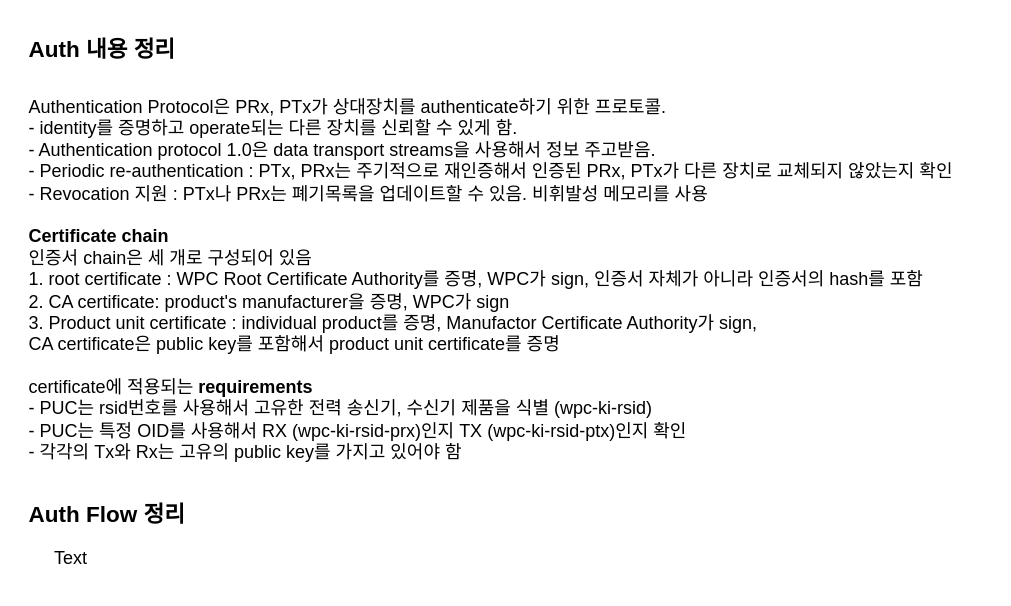
Above: diagram/Auth.drawio in Jwoo0725/Ki (draw.io), before the change. Source tidied: cells renumbered, new cells numbered last; positions are measured from the earlier drawing's top-left corner, leaving out a move shared by most shapes. Both pictures are drawn from the tidied source at 150%, with x=0, y=0 at pixel (26, 26).
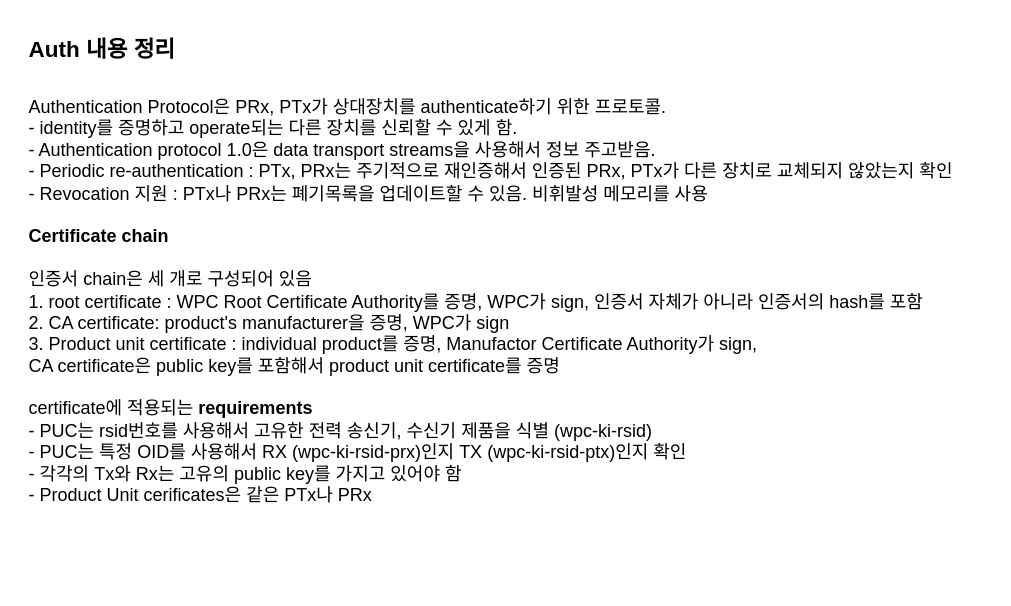
After the change.

Change to the diagram source:
```diff
@@
 <mxGraphModel>
   <root>
     <mxCell id="0" />
     <mxCell id="1" parent="0" />
     <mxCell id="2" value="Auth 내용 정리" style="text;html=1;whiteSpace=wrap;strokeColor=none;fillColor=none;align=left;verticalAlign=middle;rounded=0;fontStyle=1;fontSize=15;" parent="1" vertex="1">
       <mxGeometry width="120" height="30" as="geometry" />
     </mxCell>
-    <mxCell id="3" value="&lt;div&gt;Authentication Protocol은 PRx, PTx가 상대장치를 authenticate하기 위한 프로토콜.&lt;/div&gt;&lt;div&gt;- identity를 증명하고 operate되는 다른 장치를 신뢰할 수 있게 함.&amp;nbsp;&lt;/div&gt;&lt;div&gt;- Authentication protocol 1.0은 data transport streams을 사용해서 정보 주고받음.&amp;nbsp;&lt;/div&gt;&lt;div&gt;- Periodic re-authentication : PTx, PRx는 주기적으로 재인증해서 인증된 PRx, PTx가 다른 장치로 교체되지 않았는지 확인&lt;/div&gt;&lt;div&gt;- Revocation 지원 : PTx나 PRx는 폐기목록을 업데이트할 수 있음. 비휘발성 메모리를 사용&lt;/div&gt;&lt;div&gt;&lt;br&gt;&lt;/div&gt;&lt;div&gt;&lt;b&gt;Certificate chain&lt;/b&gt;&lt;/div&gt;인증서 chain은 세 개로 구성되어 있음&lt;div&gt;1. root certificate : WPC Root Certificate Authority를 증명, WPC가 sign, 인증서 자체가 아니라 인증서의 hash를 포함&lt;/div&gt;&lt;div&gt;2. CA certificate: product's manufacturer을 증명, WPC가 sign&lt;/div&gt;&lt;div&gt;3. Product unit certificate : individual product를 증명, Manufactor Certificate Authority가 sign,&lt;/div&gt;&lt;div&gt;CA certificate은 public key를 포함해서 product unit certificate를 증명&lt;/div&gt;&lt;div&gt;&lt;br&gt;&lt;/div&gt;&lt;div&gt;certificate에 적용되는 &lt;b&gt;requirements&lt;/b&gt;&lt;/div&gt;&lt;div&gt;- PUC는 rsid번호를 사용해서 고유한 전력 송신기, 수신기 제품을 식별 (wpc-ki-rsid)&lt;/div&gt;&lt;div&gt;- PUC는 특정 OID를 사용해서 RX&lt;span style=&quot;background-color: transparent; color: light-dark(rgb(0, 0, 0), rgb(255, 255, 255));&quot;&gt;&amp;nbsp;&lt;/span&gt;&lt;span style=&quot;background-color: transparent; color: light-dark(rgb(0, 0, 0), rgb(255, 255, 255));&quot;&gt;(wpc-ki-rsid-prx)&lt;/span&gt;&lt;span style=&quot;background-color: transparent; color: light-dark(rgb(0, 0, 0), rgb(255, 255, 255));&quot;&gt;인지 TX&lt;/span&gt;&lt;span style=&quot;background-color: transparent; color: light-dark(rgb(0, 0, 0), rgb(255, 255, 255));&quot;&gt;&amp;nbsp;&lt;/span&gt;&lt;span style=&quot;background-color: transparent; color: light-dark(rgb(0, 0, 0), rgb(255, 255, 255));&quot;&gt;(wpc-ki-rsid-ptx)&lt;/span&gt;&lt;span style=&quot;background-color: transparent; color: light-dark(rgb(0, 0, 0), rgb(255, 255, 255));&quot;&gt;인지 확인&lt;/span&gt;&lt;/div&gt;&lt;div&gt;- 각각의 Tx와 Rx는 고유의 public key를 가지고 있어야 함&lt;/div&gt;" style="text;html=1;whiteSpace=wrap;strokeColor=none;fillColor=none;align=left;verticalAlign=top;rounded=0;labelPosition=center;verticalLabelPosition=middle;" parent="1" vertex="1">
+    <mxCell id="3" value="&lt;div&gt;Authentication Protocol은 PRx, PTx가 상대장치를 authenticate하기 위한 프로토콜.&lt;/div&gt;&lt;div&gt;- identity를 증명하고 operate되는 다른 장치를 신뢰할 수 있게 함.&amp;nbsp;&lt;/div&gt;&lt;div&gt;- Authentication protocol 1.0은 data transport streams을 사용해서 정보 주고받음.&amp;nbsp;&lt;/div&gt;&lt;div&gt;- Periodic re-authentication : PTx, PRx는 주기적으로 재인증해서 인증된 PRx, PTx가 다른 장치로 교체되지 않았는지 확인&lt;/div&gt;&lt;div&gt;- Revocation 지원 : PTx나 PRx는 폐기목록을 업데이트할 수 있음. 비휘발성 메모리를 사용&lt;/div&gt;&lt;div&gt;&lt;br&gt;&lt;/div&gt;&lt;div&gt;&lt;b&gt;Certificate chain&lt;/b&gt;&lt;/div&gt;&lt;div&gt;&lt;br&gt;&lt;/div&gt;인증서 chain은 세 개로 구성되어 있음&lt;div&gt;1. root certificate : WPC Root Certificate Authority를 증명, WPC가 sign, 인증서 자체가 아니라 인증서의 hash를 포함&lt;/div&gt;&lt;div&gt;2. CA certificate: product's manufacturer을 증명, WPC가 sign&lt;/div&gt;&lt;div&gt;3. Product unit certificate : individual product를 증명, Manufactor Certificate Authority가 sign,&lt;/div&gt;&lt;div&gt;CA certificate은 public key를 포함해서 product unit certificate를 증명&lt;/div&gt;&lt;div&gt;&lt;br&gt;&lt;/div&gt;&lt;div&gt;certificate에 적용되는 &lt;b&gt;requirements&lt;/b&gt;&lt;/div&gt;&lt;div&gt;- PUC는 rsid번호를 사용해서 고유한 전력 송신기, 수신기 제품을 식별 (wpc-ki-rsid)&lt;/div&gt;&lt;div&gt;- PUC는 특정 OID를 사용해서 RX&lt;span style=&quot;background-color: transparent; color: light-dark(rgb(0, 0, 0), rgb(255, 255, 255));&quot;&gt;&amp;nbsp;&lt;/span&gt;&lt;span style=&quot;background-color: transparent; color: light-dark(rgb(0, 0, 0), rgb(255, 255, 255));&quot;&gt;(wpc-ki-rsid-prx)&lt;/span&gt;&lt;span style=&quot;background-color: transparent; color: light-dark(rgb(0, 0, 0), rgb(255, 255, 255));&quot;&gt;인지 TX&lt;/span&gt;&lt;span style=&quot;background-color: transparent; color: light-dark(rgb(0, 0, 0), rgb(255, 255, 255));&quot;&gt;&amp;nbsp;&lt;/span&gt;&lt;span style=&quot;background-color: transparent; color: light-dark(rgb(0, 0, 0), rgb(255, 255, 255));&quot;&gt;(wpc-ki-rsid-ptx)&lt;/span&gt;&lt;span style=&quot;background-color: transparent; color: light-dark(rgb(0, 0, 0), rgb(255, 255, 255));&quot;&gt;인지 확인&lt;/span&gt;&lt;/div&gt;&lt;div&gt;- 각각의 Tx와 Rx는 고유의 public key를 가지고 있어야 함&lt;/div&gt;&lt;div&gt;- Product Unit cerificates은 같은 PTx나 PRx&amp;nbsp;&lt;/div&gt;" style="text;html=1;whiteSpace=wrap;strokeColor=none;fillColor=none;align=left;verticalAlign=top;rounded=0;labelPosition=center;verticalLabelPosition=middle;" parent="1" vertex="1">
       <mxGeometry y="40" width="640" height="180" as="geometry" />
     </mxCell>
-    <mxCell id="4" value="Auth Flow 정리" style="text;html=1;whiteSpace=wrap;strokeColor=none;fillColor=none;align=left;verticalAlign=middle;rounded=0;fontStyle=1;fontSize=15;" parent="1" vertex="1">
-      <mxGeometry y="310" width="120" height="30" as="geometry" />
-    </mxCell>
-    <mxCell id="5" value="Text" style="text;html=1;whiteSpace=wrap;strokeColor=none;fillColor=none;align=center;verticalAlign=middle;rounded=0;" parent="1" vertex="1">
-      <mxGeometry y="340" width="60" height="30" as="geometry" />
-    </mxCell>
   </root>
 </mxGraphModel>
```
